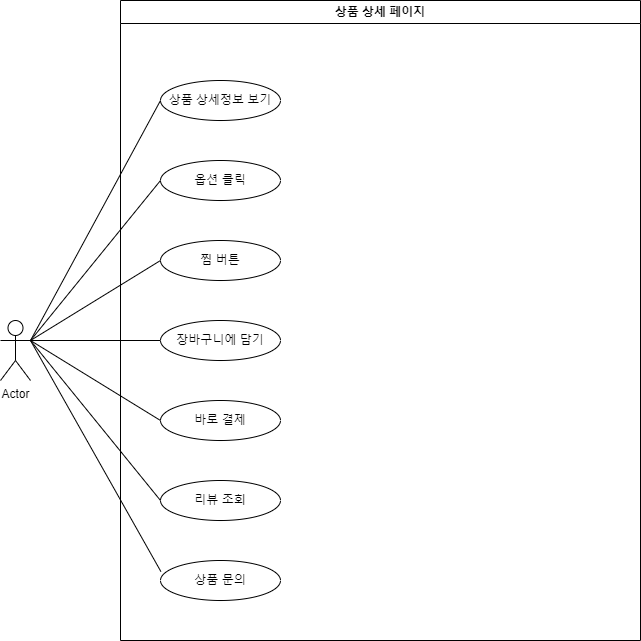
Above: 제목 없는 다이어그램.drawio.png in pjhong1004/springhomework (draw.io), before the change. Source tidied: cells renumbered, new cells last; positions are measured from the earlier drawing's top-left corner, leaving out a move shared by most shapes. Its diagram source:
```xml
<mxGraphModel>
  <root>
    <mxCell id="0" />
    <mxCell id="1" parent="0" />
    <mxCell id="2" value="Actor" style="shape=umlActor;verticalLabelPosition=bottom;verticalAlign=top;html=1;outlineConnect=0;" parent="1" vertex="1">
      <mxGeometry y="320" width="30" height="60" as="geometry" />
    </mxCell>
    <mxCell id="3" value="상품 상세 페이지" style="swimlane;whiteSpace=wrap;html=1;" parent="1" vertex="1">
      <mxGeometry x="120" width="520" height="640" as="geometry" />
    </mxCell>
    <mxCell id="4" value="상품 상세정보 보기&lt;br&gt;" style="ellipse;whiteSpace=wrap;html=1;" parent="3" vertex="1">
      <mxGeometry x="40" y="80" width="120" height="40" as="geometry" />
    </mxCell>
    <mxCell id="5" value="옵션 클릭&lt;br&gt;" style="ellipse;whiteSpace=wrap;html=1;" parent="3" vertex="1">
      <mxGeometry x="40" y="160" width="120" height="40" as="geometry" />
    </mxCell>
    <mxCell id="6" value="찜 버튼" style="ellipse;whiteSpace=wrap;html=1;" parent="3" vertex="1">
      <mxGeometry x="40" y="240" width="120" height="40" as="geometry" />
    </mxCell>
    <mxCell id="7" value="장바구니에 담기&lt;br&gt;" style="ellipse;whiteSpace=wrap;html=1;" parent="3" vertex="1">
      <mxGeometry x="40" y="320" width="120" height="40" as="geometry" />
    </mxCell>
    <mxCell id="8" value="바로 결제&lt;br&gt;" style="ellipse;whiteSpace=wrap;html=1;" parent="3" vertex="1">
      <mxGeometry x="40" y="400" width="120" height="40" as="geometry" />
    </mxCell>
    <mxCell id="9" value="리뷰 조회&lt;br&gt;" style="ellipse;whiteSpace=wrap;html=1;" parent="3" vertex="1">
      <mxGeometry x="40" y="480" width="120" height="40" as="geometry" />
    </mxCell>
    <mxCell id="10" value="상품 문의&lt;br&gt;" style="ellipse;whiteSpace=wrap;html=1;" parent="3" vertex="1">
      <mxGeometry x="40" y="560" width="120" height="40" as="geometry" />
    </mxCell>
    <mxCell id="11" style="endArrow=none;html=1;rounded=0;entryX=0;entryY=0.5;entryDx=0;entryDy=0;" parent="1" edge="1" target="4">
      <mxGeometry relative="1" as="geometry">
        <mxPoint x="30" y="340" as="sourcePoint" />
      </mxGeometry>
    </mxCell>
    <mxCell id="12" style="endArrow=none;html=1;rounded=0;entryX=0;entryY=0.5;entryDx=0;entryDy=0;" parent="1" edge="1" target="5">
      <mxGeometry relative="1" as="geometry">
        <mxPoint x="30" y="340" as="sourcePoint" />
      </mxGeometry>
    </mxCell>
    <mxCell id="13" style="endArrow=none;html=1;rounded=0;entryX=0;entryY=0.5;entryDx=0;entryDy=0;" parent="1" edge="1" target="6">
      <mxGeometry relative="1" as="geometry">
        <mxPoint x="30" y="340" as="sourcePoint" />
      </mxGeometry>
    </mxCell>
    <mxCell id="14" style="endArrow=none;html=1;rounded=0;entryX=0;entryY=0.5;entryDx=0;entryDy=0;" parent="1" edge="1" target="7">
      <mxGeometry relative="1" as="geometry">
        <mxPoint x="30" y="340" as="sourcePoint" />
      </mxGeometry>
    </mxCell>
    <mxCell id="15" style="endArrow=none;html=1;rounded=0;entryX=0;entryY=0.5;entryDx=0;entryDy=0;exitX=1;exitY=0.3333333333333333;exitDx=0;exitDy=0;exitPerimeter=0;" parent="1" edge="1" source="2" target="8">
      <mxGeometry relative="1" as="geometry" />
    </mxCell>
    <mxCell id="16" style="endArrow=none;html=1;rounded=0;entryX=0;entryY=0.5;entryDx=0;entryDy=0;exitX=1;exitY=0.3333333333333333;exitDx=0;exitDy=0;exitPerimeter=0;" parent="1" edge="1" source="2" target="9">
      <mxGeometry relative="1" as="geometry" />
    </mxCell>
    <mxCell id="17" style="endArrow=none;html=1;rounded=0;entryX=0.003;entryY=0.275;entryDx=0;entryDy=0;entryPerimeter=0;" parent="1" edge="1" target="10">
      <mxGeometry relative="1" as="geometry">
        <mxPoint x="30" y="340" as="sourcePoint" />
      </mxGeometry>
    </mxCell>
  </root>
</mxGraphModel>
```
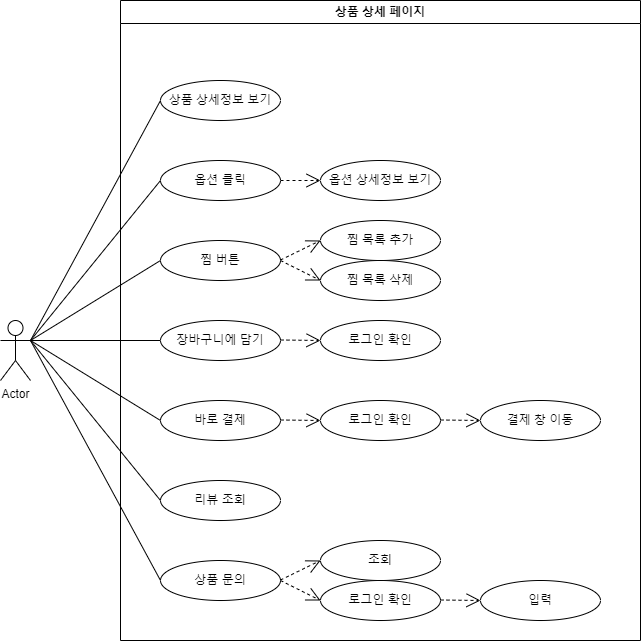
The same diagram one commit later.

Commit message:
제목 없는 다이어그램.drawio.png이 추가되었습니다.

What changed in the source:
```diff
@@ -29,6 +29,84 @@
     <mxCell id="10" value="상품 문의&lt;br&gt;" style="ellipse;whiteSpace=wrap;html=1;" parent="3" vertex="1">
       <mxGeometry x="40" y="560" width="120" height="40" as="geometry" />
     </mxCell>
+    <mxCell id="18" value="옵션 상세정보 보기&lt;br&gt;" style="ellipse;whiteSpace=wrap;html=1;" parent="3" vertex="1">
+      <mxGeometry x="200" y="160" width="120" height="40" as="geometry" />
+    </mxCell>
+    <mxCell id="19" style="endArrow=open;endSize=12;dashed=1;html=1;rounded=0;exitX=1;exitY=0.5;exitDx=0;exitDy=0;" parent="3" edge="1" source="5">
+      <mxGeometry relative="1" as="geometry">
+        <mxPoint x="200" y="180" as="targetPoint" />
+      </mxGeometry>
+    </mxCell>
+    <mxCell id="20" value="찜 목록 추가" style="ellipse;whiteSpace=wrap;html=1;" parent="3" vertex="1">
+      <mxGeometry x="200" y="220" width="120" height="40" as="geometry" />
+    </mxCell>
+    <mxCell id="21" value="찜 목록 삭제" style="ellipse;whiteSpace=wrap;html=1;" parent="3" vertex="1">
+      <mxGeometry x="200" y="260" width="120" height="40" as="geometry" />
+    </mxCell>
+    <mxCell id="22" value="로그인 확인&lt;br&gt;" style="ellipse;whiteSpace=wrap;html=1;" parent="3" vertex="1">
+      <mxGeometry x="200" y="320" width="120" height="40" as="geometry" />
+    </mxCell>
+    <mxCell id="23" style="endArrow=open;endSize=12;dashed=1;html=1;rounded=0;exitX=1;exitY=0.5;exitDx=0;exitDy=0;" parent="3" edge="1">
+      <mxGeometry relative="1" as="geometry">
+        <mxPoint x="160" y="339.5" as="sourcePoint" />
+        <mxPoint x="200" y="340" as="targetPoint" />
+      </mxGeometry>
+    </mxCell>
+    <mxCell id="24" value="로그인 확인&lt;br&gt;" style="ellipse;whiteSpace=wrap;html=1;" parent="3" vertex="1">
+      <mxGeometry x="200" y="400" width="120" height="40" as="geometry" />
+    </mxCell>
+    <mxCell id="25" style="endArrow=open;endSize=12;dashed=1;html=1;rounded=0;exitX=1;exitY=0.5;exitDx=0;exitDy=0;" parent="3" edge="1">
+      <mxGeometry relative="1" as="geometry">
+        <mxPoint x="160" y="419.5" as="sourcePoint" />
+        <mxPoint x="200" y="420" as="targetPoint" />
+      </mxGeometry>
+    </mxCell>
+    <mxCell id="26" style="endArrow=open;endSize=12;dashed=1;html=1;rounded=0;exitX=1;exitY=0.5;exitDx=0;exitDy=0;" parent="3" edge="1">
+      <mxGeometry relative="1" as="geometry">
+        <mxPoint x="160" y="259.5" as="sourcePoint" />
+        <mxPoint x="200" y="240" as="targetPoint" />
+      </mxGeometry>
+    </mxCell>
+    <mxCell id="27" style="endArrow=open;endSize=12;dashed=1;html=1;rounded=0;exitX=1;exitY=0.5;exitDx=0;exitDy=0;entryX=0;entryY=0.5;entryDx=0;entryDy=0;" parent="3" edge="1" target="21">
+      <mxGeometry relative="1" as="geometry">
+        <mxPoint x="160" y="260" as="sourcePoint" />
+      </mxGeometry>
+    </mxCell>
+    <mxCell id="28" style="endArrow=open;endSize=12;dashed=1;html=1;rounded=0;exitX=1;exitY=0.5;exitDx=0;exitDy=0;" parent="3" edge="1">
+      <mxGeometry relative="1" as="geometry">
+        <mxPoint x="320" y="419.5" as="sourcePoint" />
+        <mxPoint x="360" y="420" as="targetPoint" />
+      </mxGeometry>
+    </mxCell>
+    <mxCell id="29" value="결제 창 이동&lt;br&gt;" style="ellipse;whiteSpace=wrap;html=1;" parent="3" vertex="1">
+      <mxGeometry x="360" y="400" width="120" height="40" as="geometry" />
+    </mxCell>
+    <mxCell id="30" value="조회" style="ellipse;whiteSpace=wrap;html=1;" parent="3" vertex="1">
+      <mxGeometry x="200" y="540" width="120" height="40" as="geometry" />
+    </mxCell>
+    <mxCell id="31" value="로그인 확인" style="ellipse;whiteSpace=wrap;html=1;" parent="3" vertex="1">
+      <mxGeometry x="200" y="580" width="120" height="40" as="geometry" />
+    </mxCell>
+    <mxCell id="32" style="endArrow=open;endSize=12;dashed=1;html=1;rounded=0;exitX=1;exitY=0.5;exitDx=0;exitDy=0;" parent="3" edge="1">
+      <mxGeometry relative="1" as="geometry">
+        <mxPoint x="160" y="579.5" as="sourcePoint" />
+        <mxPoint x="200" y="560" as="targetPoint" />
+      </mxGeometry>
+    </mxCell>
+    <mxCell id="33" style="endArrow=open;endSize=12;dashed=1;html=1;rounded=0;exitX=1;exitY=0.5;exitDx=0;exitDy=0;entryX=0;entryY=0.5;entryDx=0;entryDy=0;" parent="3" edge="1" target="31">
+      <mxGeometry relative="1" as="geometry">
+        <mxPoint x="160" y="580" as="sourcePoint" />
+      </mxGeometry>
+    </mxCell>
+    <mxCell id="34" style="endArrow=open;endSize=12;dashed=1;html=1;rounded=0;exitX=1;exitY=0.5;exitDx=0;exitDy=0;" parent="3" edge="1">
+      <mxGeometry relative="1" as="geometry">
+        <mxPoint x="320" y="599.5" as="sourcePoint" />
+        <mxPoint x="360" y="600" as="targetPoint" />
+      </mxGeometry>
+    </mxCell>
+    <mxCell id="35" value="입력&lt;br&gt;" style="ellipse;whiteSpace=wrap;html=1;" parent="3" vertex="1">
+      <mxGeometry x="360" y="580" width="120" height="40" as="geometry" />
+    </mxCell>
     <mxCell id="11" style="endArrow=none;html=1;rounded=0;entryX=0;entryY=0.5;entryDx=0;entryDy=0;" parent="1" edge="1" target="4">
       <mxGeometry relative="1" as="geometry">
         <mxPoint x="30" y="340" as="sourcePoint" />
@@ -55,7 +133,7 @@
     <mxCell id="16" style="endArrow=none;html=1;rounded=0;entryX=0;entryY=0.5;entryDx=0;entryDy=0;exitX=1;exitY=0.3333333333333333;exitDx=0;exitDy=0;exitPerimeter=0;" parent="1" edge="1" source="2" target="9">
       <mxGeometry relative="1" as="geometry" />
     </mxCell>
-    <mxCell id="17" style="endArrow=none;html=1;rounded=0;entryX=0.003;entryY=0.275;entryDx=0;entryDy=0;entryPerimeter=0;" parent="1" edge="1" target="10">
+    <mxCell id="17" style="endArrow=none;html=1;rounded=0;entryX=0;entryY=0.5;entryDx=0;entryDy=0;" parent="1" edge="1" target="10">
       <mxGeometry relative="1" as="geometry">
         <mxPoint x="30" y="340" as="sourcePoint" />
       </mxGeometry>
```
